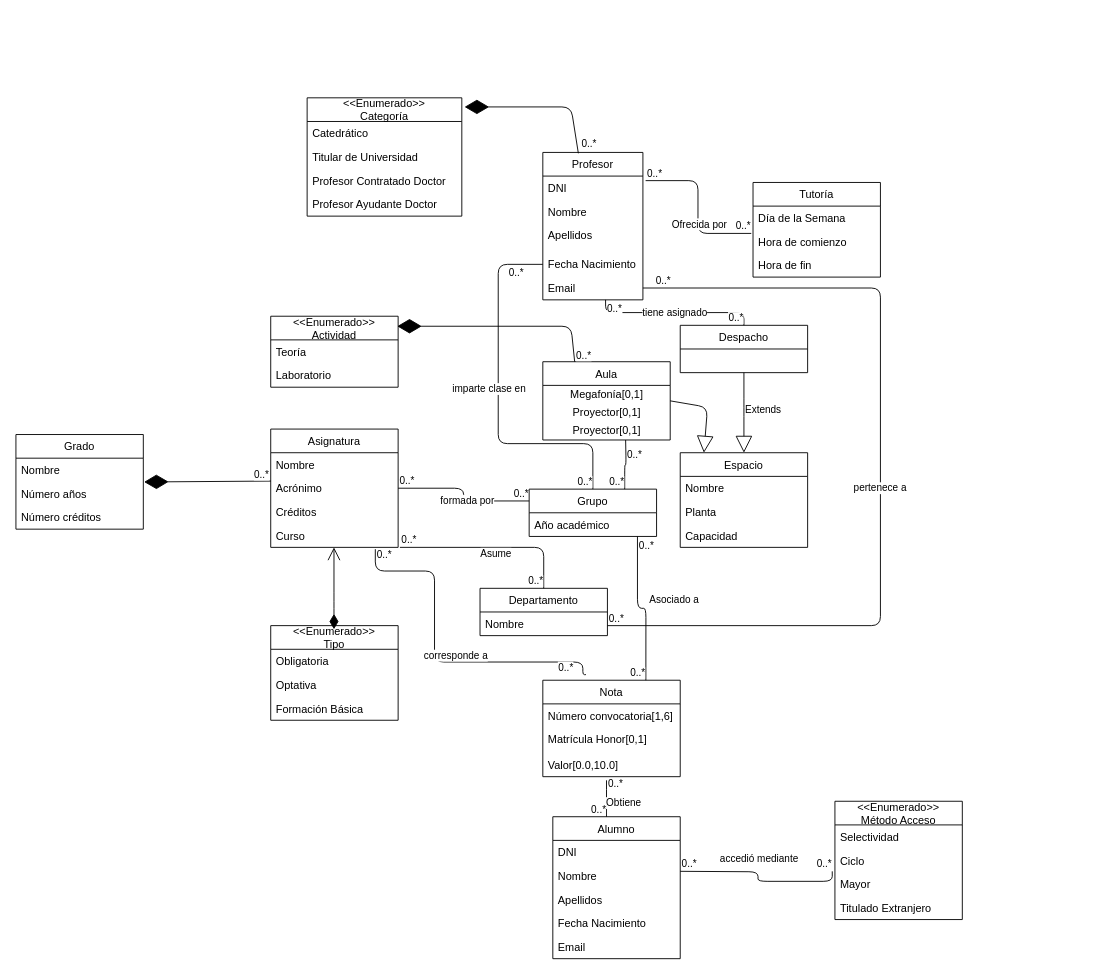
Above: entregable1IISSI.drawio in juanlo017/GUZZY (draw.io), before the change. Source tidied: cells renumbered, new cells numbered last; positions are measured from the earlier drawing's top-left corner, leaving out a move shared by most shapes. Both pictures are drawn from the tidied source at 91%, with x=0, y=0 at pixel (15, 97).
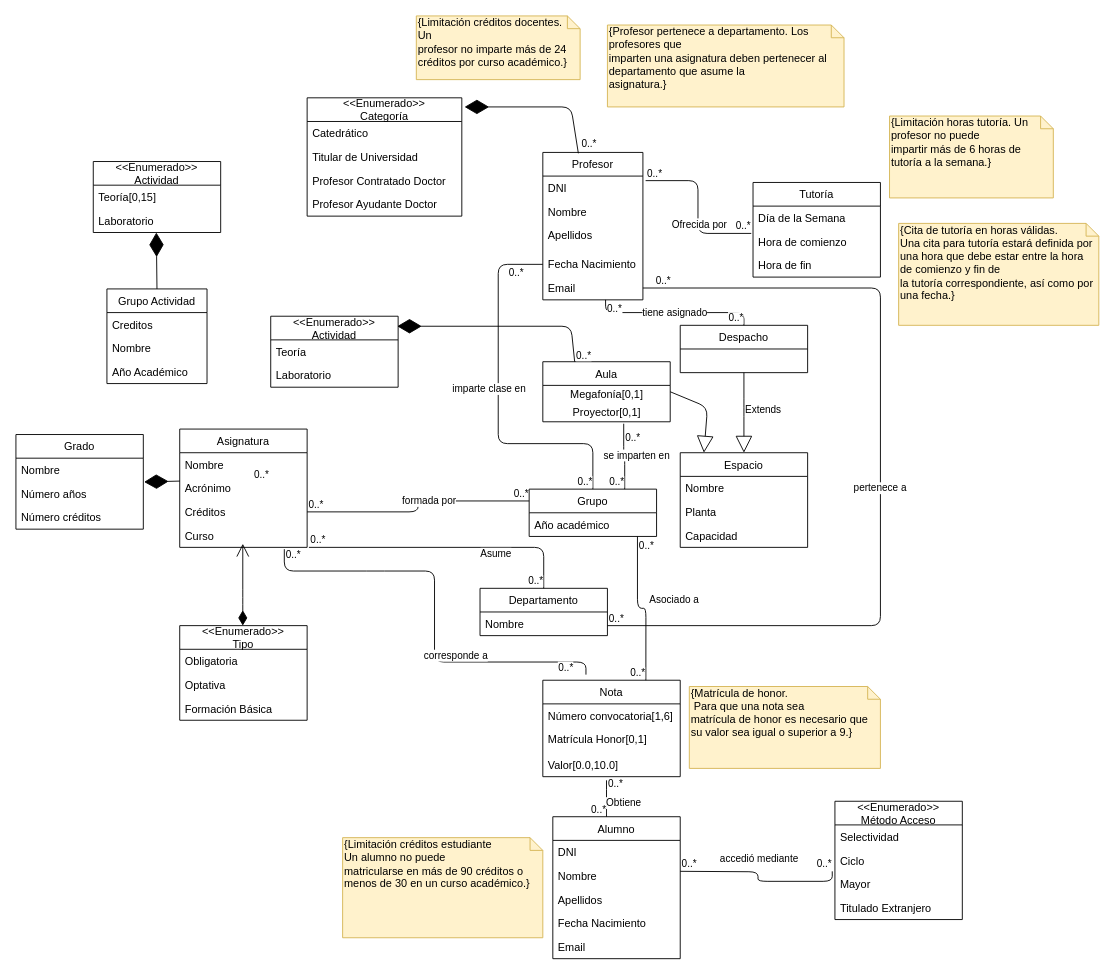
Above is the later version.

Unchanged cells that the change refers to:
```xml
<mxCell id="32" value="Proyector[0,1]" style="text;html=1;align=center;verticalAlign=middle;points=[];" parent="30" vertex="1">
  <mxGeometry y="46" width="140" height="20" as="geometry" />
</mxCell>
<mxCell id="52" value="Grupo" style="swimlane;fontStyle=0;horizontal=1;startSize=26;fillColor=none;" parent="1" vertex="1">
  <mxGeometry x="564" y="430" width="140" height="52" as="geometry" />
</mxCell>
```

What changed in the source:
```diff
@@
     <mxCell id="30" value="Aula" style="swimlane;fontStyle=0;horizontal=1;startSize=26;fillColor=none;" parent="1" vertex="1">
-      <mxGeometry x="579" y="290" width="140" height="86" as="geometry" />
+      <mxGeometry x="579" y="290" width="140" height="66" as="geometry" />
     </mxCell>
@@
-    <mxCell id="33" value="Proyector[0,1]" style="text;html=1;align=center;verticalAlign=middle;" parent="30" vertex="1">
-      <mxGeometry y="66" width="140" height="20" as="geometry" />
-    </mxCell>
-    <mxCell id="34" value="Asignatura" style="swimlane;fontStyle=0;horizontal=1;startSize=26;fillColor=none;" parent="1" vertex="1">
-      <mxGeometry x="280" y="364" width="140" height="130" as="geometry" />
-    </mxCell>
-    <mxCell id="35" value="Nombre&#10;" style="text;strokeColor=none;fillColor=none;align=left;verticalAlign=top;spacingLeft=4;spacingRight=4;overflow=hidden;" parent="34" vertex="1">
-      <mxGeometry y="26" width="140" height="26" as="geometry" />
-    </mxCell>
-    <mxCell id="36" value="Acrónimo" style="text;strokeColor=none;fillColor=none;align=left;verticalAlign=top;spacingLeft=4;spacingRight=4;overflow=hidden;points=[[0,0.5],[1,0.5]];portConstraint=eastwest;" parent="34" vertex="1">
-      <mxGeometry y="52" width="140" height="26" as="geometry" />
-    </mxCell>
-    <mxCell id="37" value="Créditos" style="text;strokeColor=none;fillColor=none;align=left;verticalAlign=top;spacingLeft=4;spacingRight=4;overflow=hidden;points=[[0,0.5],[1,0.5]];portConstraint=eastwest;" parent="34" vertex="1">
-      <mxGeometry y="78" width="140" height="26" as="geometry" />
-    </mxCell>
-    <mxCell id="38" value="Curso" style="text;strokeColor=none;fillColor=none;align=left;verticalAlign=top;spacingLeft=4;spacingRight=4;overflow=hidden;points=[[0,0.5],[1,0.5]];portConstraint=eastwest;" parent="34" vertex="1">
-      <mxGeometry y="104" width="140" height="26" as="geometry" />
-    </mxCell>
-    <mxCell id="39" value="&lt;div style=&quot;text-align: left&quot;&gt;&lt;span style=&quot;font-family: &amp;#34;helvetica&amp;#34;&quot;&gt;formada por&lt;/span&gt;&lt;br&gt;&lt;/div&gt;" style="endArrow=none;html=1;edgeStyle=orthogonalEdgeStyle;entryX=0;entryY=0.25;entryDx=0;entryDy=0;exitX=1;exitY=0.5;exitDx=0;exitDy=0;" parent="1" edge="1" source="36" target="52">
+    <mxCell id="39" value="&lt;div style=&quot;text-align: left&quot;&gt;&lt;span style=&quot;font-family: &amp;#34;helvetica&amp;#34;&quot;&gt;formada por&lt;/span&gt;&lt;br&gt;&lt;/div&gt;" style="endArrow=none;html=1;edgeStyle=orthogonalEdgeStyle;entryX=0;entryY=0.25;entryDx=0;entryDy=0;exitX=1;exitY=0.5;exitDx=0;exitDy=0;" parent="1" edge="1" source="37" target="52">
       <mxGeometry x="0.14" relative="1" as="geometry" />
     </mxCell>
@@
     <mxCell id="95" style="endArrow=open;html=1;endSize=12;startArrow=diamondThin;startSize=14;startFill=1;edgeStyle=orthogonalEdgeStyle;align=left;verticalAlign=bottom;" parent="1" edge="1">
       <mxGeometry x="-0.56" y="30" relative="1" as="geometry">
-        <mxPoint x="349.5" y="584" as="sourcePoint" />
-        <mxPoint x="349.5" y="494" as="targetPoint" />
+        <mxPoint x="249.3" y="580" as="sourcePoint" />
+        <mxPoint x="249.3" y="490" as="targetPoint" />
         <Array as="points">
-          <mxPoint x="350" y="554" />
-          <mxPoint x="350" y="554" />
+          <mxPoint x="249.8" y="550" />
+          <mxPoint x="249.8" y="550" />
         </Array>
         <mxPoint x="1" as="offset" />
       </mxGeometry>
     </mxCell>
-    <mxCell id="96" value="&lt;&lt;Enumerado&gt;&gt;&#10;Tipo" style="swimlane;fontStyle=0;horizontal=1;startSize=26;fillColor=none;" parent="1" vertex="1">
-      <mxGeometry x="280" y="580" width="140" height="104" as="geometry" />
-    </mxCell>
-    <mxCell id="97" value="Obligatoria" style="text;strokeColor=none;fillColor=none;align=left;verticalAlign=top;spacingLeft=4;spacingRight=4;overflow=hidden;" parent="96" vertex="1">
-      <mxGeometry y="26" width="140" height="26" as="geometry" />
-    </mxCell>
-    <mxCell id="98" value="Optativa" style="text;strokeColor=none;fillColor=none;align=left;verticalAlign=top;spacingLeft=4;spacingRight=4;overflow=hidden;" parent="96" vertex="1">
-      <mxGeometry y="52" width="140" height="26" as="geometry" />
-    </mxCell>
-    <mxCell id="99" value="Formación Básica&#10;" style="text;strokeColor=none;fillColor=none;align=left;verticalAlign=top;spacingLeft=4;spacingRight=4;overflow=hidden;" parent="96" vertex="1">
-      <mxGeometry y="78" width="140" height="26" as="geometry" />
-    </mxCell>
@@
-    <mxCell id="108" style="endArrow=none;html=1;edgeStyle=orthogonalEdgeStyle;entryX=0.75;entryY=0;entryDx=0;entryDy=0;" parent="1" edge="1" target="52">
-      <mxGeometry relative="1" as="geometry">
-        <mxPoint x="670" y="376" as="sourcePoint" />
-      </mxGeometry>
+    <mxCell id="108" style="endArrow=none;html=1;edgeStyle=orthogonalEdgeStyle;entryX=0.75;entryY=0;entryDx=0;entryDy=0;exitX=0.635;exitY=1.106;exitDx=0;exitDy=0;exitPerimeter=0;" parent="1" edge="1" source="32" target="52">
+      <mxGeometry relative="1" as="geometry" />
     </mxCell>
@@
+    <mxCell id="34" value="Asignatura" style="swimlane;fontStyle=0;horizontal=1;startSize=26;fillColor=none;" parent="1" vertex="1">
+      <mxGeometry x="180" y="364" width="140" height="130" as="geometry" />
+    </mxCell>
+    <mxCell id="35" value="Nombre&#10;" style="text;strokeColor=none;fillColor=none;align=left;verticalAlign=top;spacingLeft=4;spacingRight=4;overflow=hidden;" parent="34" vertex="1">
+      <mxGeometry y="26" width="140" height="26" as="geometry" />
+    </mxCell>
+    <mxCell id="36" value="Acrónimo" style="text;strokeColor=none;fillColor=none;align=left;verticalAlign=top;spacingLeft=4;spacingRight=4;overflow=hidden;points=[[0,0.5],[1,0.5]];portConstraint=eastwest;" parent="34" vertex="1">
+      <mxGeometry y="52" width="140" height="26" as="geometry" />
+    </mxCell>
+    <mxCell id="37" value="Créditos" style="text;strokeColor=none;fillColor=none;align=left;verticalAlign=top;spacingLeft=4;spacingRight=4;overflow=hidden;points=[[0,0.5],[1,0.5]];portConstraint=eastwest;" parent="34" vertex="1">
+      <mxGeometry y="78" width="140" height="26" as="geometry" />
+    </mxCell>
+    <mxCell id="38" value="Curso" style="text;strokeColor=none;fillColor=none;align=left;verticalAlign=top;spacingLeft=4;spacingRight=4;overflow=hidden;points=[[0,0.5],[1,0.5]];portConstraint=eastwest;" parent="34" vertex="1">
+      <mxGeometry y="104" width="140" height="26" as="geometry" />
+    </mxCell>
+    <mxCell id="111" value="se imparten en" style="edgeLabel;html=1;align=right;verticalAlign=bottom;" parent="1" vertex="1">
+      <mxGeometry x="679" y="439.8" as="geometry">
+        <mxPoint x="40" y="-39" as="offset" />
+      </mxGeometry>
+    </mxCell>
+    <mxCell id="112" value="Grupo Actividad" style="swimlane;fontStyle=0;horizontal=1;startSize=26;fillColor=none;" parent="1" vertex="1">
+      <mxGeometry x="100" y="210" width="110" height="104" as="geometry" />
+    </mxCell>
+    <mxCell id="113" value="Creditos" style="text;strokeColor=none;fillColor=none;align=left;verticalAlign=top;spacingLeft=4;spacingRight=4;overflow=hidden;" parent="112" vertex="1">
+      <mxGeometry y="26" width="110" height="26" as="geometry" />
+    </mxCell>
+    <mxCell id="114" value="Nombre" style="text;strokeColor=none;fillColor=none;align=left;verticalAlign=top;spacingLeft=4;spacingRight=4;overflow=hidden;" parent="112" vertex="1">
+      <mxGeometry y="52" width="110" height="26" as="geometry" />
+    </mxCell>
+    <mxCell id="115" value="Año Académico" style="text;strokeColor=none;fillColor=none;align=left;verticalAlign=top;spacingLeft=4;spacingRight=4;overflow=hidden;" parent="112" vertex="1">
+      <mxGeometry y="78" width="110" height="26" as="geometry" />
+    </mxCell>
+    <mxCell id="116" value="&lt;&lt;Enumerado&gt;&gt;&#10;Actividad" style="swimlane;fontStyle=0;horizontal=1;startSize=26;fillColor=none;" parent="1" vertex="1">
+      <mxGeometry x="85" y="70" width="140" height="78" as="geometry" />
+    </mxCell>
+    <mxCell id="117" value="Teoría[0,15]" style="text;strokeColor=none;fillColor=none;align=left;verticalAlign=top;spacingLeft=4;spacingRight=4;overflow=hidden;" parent="116" vertex="1">
+      <mxGeometry y="26" width="140" height="26" as="geometry" />
+    </mxCell>
+    <mxCell id="118" value="Laboratorio" style="text;strokeColor=none;fillColor=none;align=left;verticalAlign=top;spacingLeft=4;spacingRight=4;overflow=hidden;" parent="116" vertex="1">
+      <mxGeometry y="52" width="140" height="26" as="geometry" />
+    </mxCell>
+    <mxCell id="119" style="endArrow=diamondThin;endFill=1;endSize=24;html=1;exitX=0.5;exitY=0;exitDx=0;exitDy=0;" parent="1" edge="1" source="112">
+      <mxGeometry relative="1" as="geometry">
+        <mxPoint x="154.3" y="148" as="targetPoint" />
+      </mxGeometry>
+    </mxCell>
+    <mxCell id="120" value="{Limitación créditos docentes.&lt;br&gt;Un&lt;br/&gt;profesor no imparte más de 24 créditos por curso académico.}" style="shape=note;whiteSpace=wrap;html=1;size=14;verticalAlign=top;align=left;spacingTop=-6;fillColor=#fff2cc;strokeColor=#d6b656;" parent="1" vertex="1">
+      <mxGeometry x="440" y="-90" width="180" height="70" as="geometry" />
+    </mxCell>
+    <mxCell id="121" value="{Profesor pertenece a departamento. Los profesores que&lt;br&gt;imparten una asignatura deben pertenecer al departamento que asume la&lt;br&gt;asignatura.}" style="shape=note;whiteSpace=wrap;html=1;size=14;verticalAlign=top;align=left;spacingTop=-6;fillColor=#fff2cc;strokeColor=#d6b656;" parent="1" vertex="1">
+      <mxGeometry x="650" y="-80" width="260" height="90" as="geometry" />
+    </mxCell>
+    <mxCell id="122" value="{Limitación créditos estudiante&lt;br&gt;Un alumno no puede&lt;br/&gt;matricularse en más de 90 créditos o menos de 30 en un curso académico.}" style="shape=note;whiteSpace=wrap;html=1;size=14;verticalAlign=top;align=left;spacingTop=-6;fillColor=#fff2cc;strokeColor=#d6b656;" parent="1" vertex="1">
+      <mxGeometry x="359" y="813" width="220" height="110" as="geometry" />
+    </mxCell>
+    <mxCell id="123" value="{Cita de tutoría en horas válidas. &lt;br&gt;Una cita para tutoría estará definida por una hora que debe estar entre la hora de comienzo y fin de&lt;br&gt;la tutoría correspondiente, así como por una fecha.}" style="shape=note;whiteSpace=wrap;html=1;size=14;verticalAlign=top;align=left;spacingTop=-6;fillColor=#fff2cc;strokeColor=#d6b656;" parent="1" vertex="1">
+      <mxGeometry x="970" y="138" width="220" height="112" as="geometry" />
+    </mxCell>
+    <mxCell id="124" value="{Limitación horas tutoría. Un profesor no puede&lt;br/&gt;impartir más de 6 horas de tutoría a la semana.}" style="shape=note;whiteSpace=wrap;html=1;size=14;verticalAlign=top;align=left;spacingTop=-6;fillColor=#fff2cc;strokeColor=#d6b656;" parent="1" vertex="1">
+      <mxGeometry x="960" y="20" width="180" height="90" as="geometry" />
+    </mxCell>
+    <mxCell id="125" value="{Matrícula de honor.&lt;br&gt;&amp;nbsp;Para que una nota sea&lt;br/&gt;matrícula de honor es necesario que su valor sea igual o superior a 9.}" style="shape=note;whiteSpace=wrap;html=1;size=14;verticalAlign=top;align=left;spacingTop=-6;fillColor=#fff2cc;strokeColor=#d6b656;" parent="1" vertex="1">
+      <mxGeometry x="740" y="646.9" width="210" height="90" as="geometry" />
+    </mxCell>
+    <mxCell id="96" value="&lt;&lt;Enumerado&gt;&gt;&#10;Tipo" style="swimlane;fontStyle=0;horizontal=1;startSize=26;fillColor=none;" parent="1" vertex="1">
+      <mxGeometry x="180" y="580" width="140" height="104" as="geometry" />
+    </mxCell>
+    <mxCell id="97" value="Obligatoria" style="text;strokeColor=none;fillColor=none;align=left;verticalAlign=top;spacingLeft=4;spacingRight=4;overflow=hidden;" parent="96" vertex="1">
+      <mxGeometry y="26" width="140" height="26" as="geometry" />
+    </mxCell>
+    <mxCell id="98" value="Optativa" style="text;strokeColor=none;fillColor=none;align=left;verticalAlign=top;spacingLeft=4;spacingRight=4;overflow=hidden;" parent="96" vertex="1">
+      <mxGeometry y="52" width="140" height="26" as="geometry" />
+    </mxCell>
+    <mxCell id="99" value="Formación Básica&#10;" style="text;strokeColor=none;fillColor=none;align=left;verticalAlign=top;spacingLeft=4;spacingRight=4;overflow=hidden;" parent="96" vertex="1">
+      <mxGeometry y="78" width="140" height="26" as="geometry" />
+    </mxCell>
```
